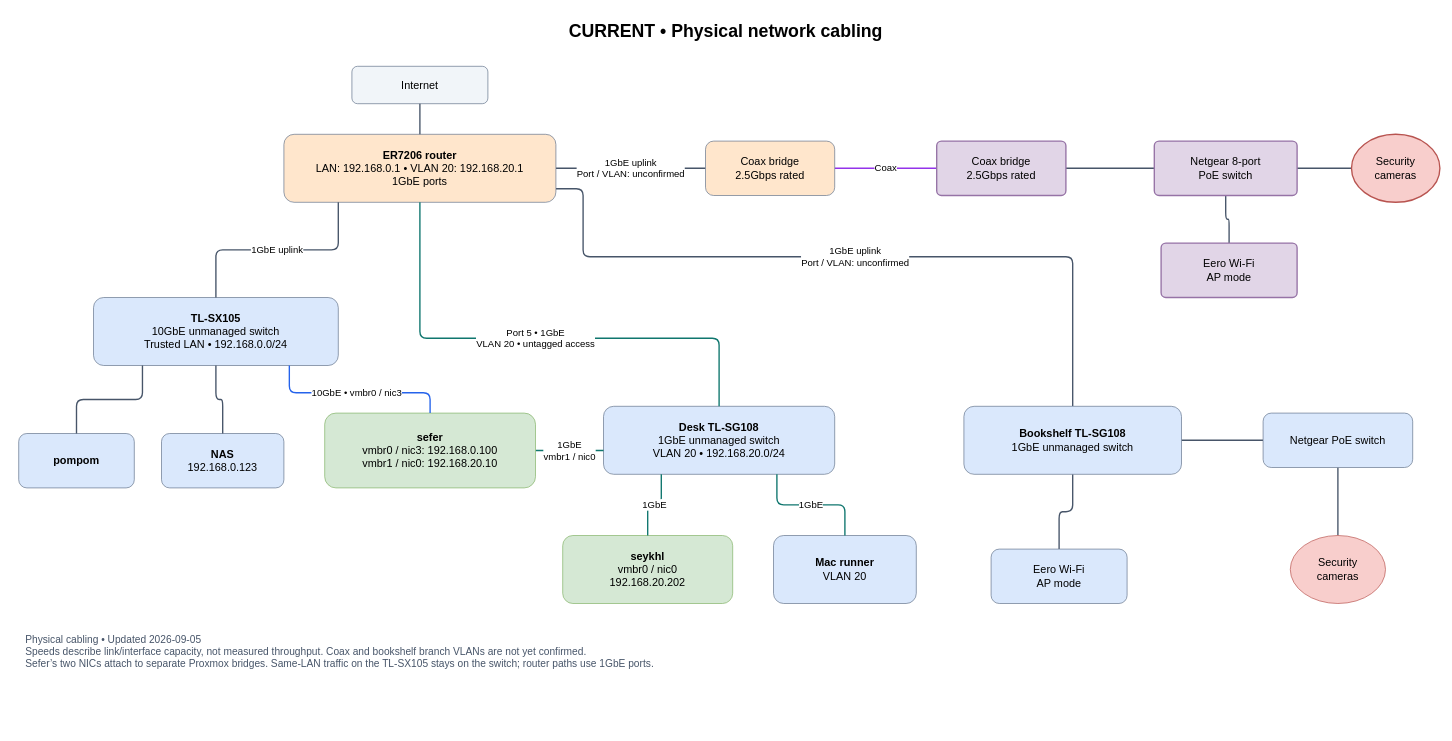
The draw.io diagram page "Copy of 1 - Current cabling" (2 of 4) of yesod-network.drawio in stephenVertex/proxmox-notes, before the edit. Source tidied: cells renumbered, new cells numbered last; positions are measured from the earlier drawing's top-left corner, leaving out a move shared by most shapes. Both pictures are drawn from the tidied source at 68%, with x=0, y=0 at pixel (12, 12).
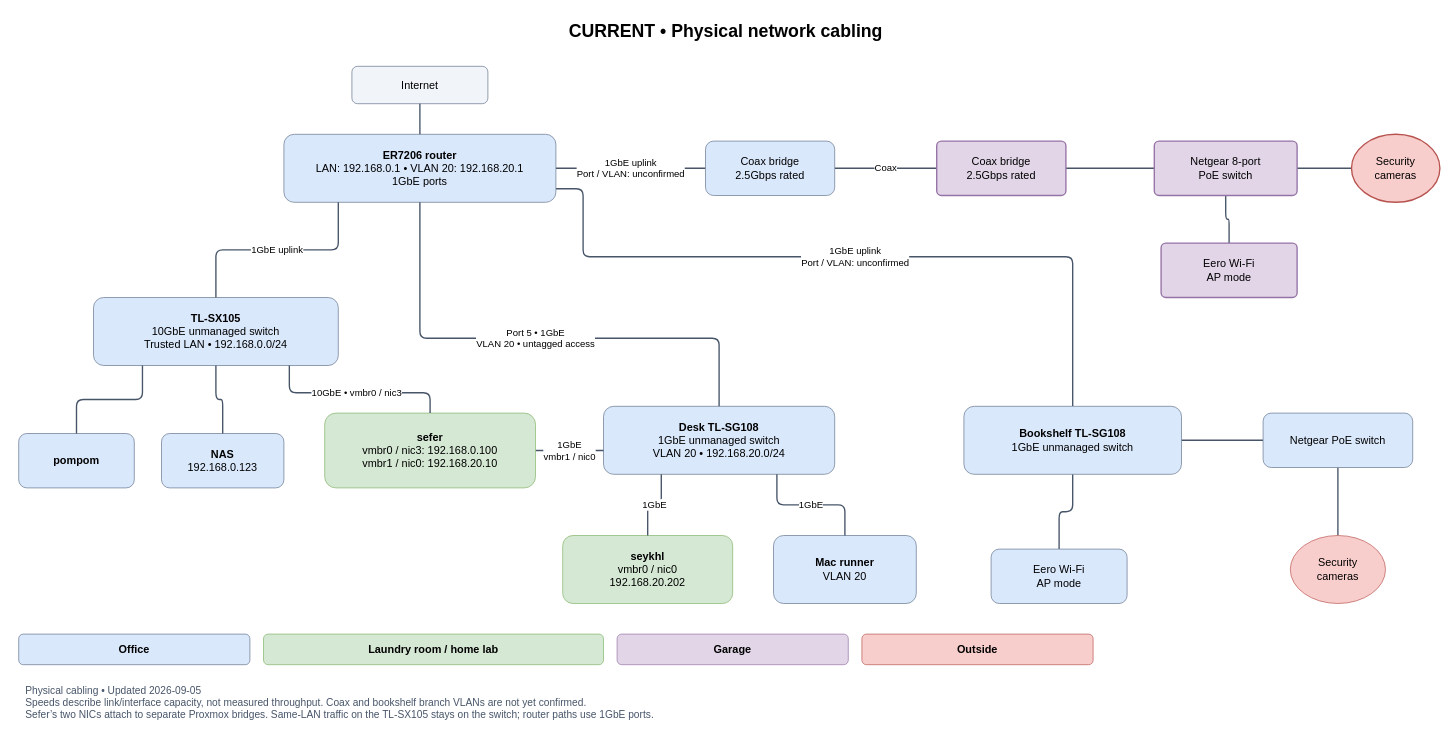
Above is the later version.

Commit message:
docs: use physical location colors in network diagram

Unchanged cells that the change refers to:
```xml
<mxCell id="7" value="&lt;b&gt;TL-SX105&lt;/b&gt;&lt;br&gt;10GbE unmanaged switch&lt;br&gt;Trusted LAN • 192.168.0.0/24" style="rounded=1;whiteSpace=wrap;html=1;fillColor=#dae8fc;strokeColor=#64748b;spacing=10;fontSize=16;" parent="1" vertex="1">
  <mxGeometry x="120" y="420" width="360" height="100" as="geometry" />
</mxCell>
<mxCell id="8" value="&lt;b&gt;Desk TL-SG108&lt;/b&gt;&lt;br&gt;1GbE unmanaged switch&lt;br&gt;VLAN 20 • 192.168.20.0/24" style="rounded=1;whiteSpace=wrap;html=1;fillColor=#dae8fc;strokeColor=#64748b;spacing=10;fontSize=16;" parent="1" vertex="1">
  <mxGeometry x="870" y="580" width="340" height="100" as="geometry" />
</mxCell>
<mxCell id="12" value="&lt;b&gt;sefer&lt;/b&gt;&lt;br&gt;vmbr0 / nic3: 192.168.0.100&lt;br&gt;vmbr1 / nic0: 192.168.20.10" style="rounded=1;whiteSpace=wrap;html=1;fillColor=#d5e8d4;strokeColor=#82b366;spacing=10;fontSize=16;" parent="1" vertex="1">
  <mxGeometry x="460" y="590" width="310" height="110" as="geometry" />
</mxCell>
<mxCell id="13" value="&lt;b&gt;seykhl&lt;/b&gt;&lt;br&gt;vmbr0 / nic0&lt;br&gt;192.168.20.202" style="rounded=1;whiteSpace=wrap;html=1;fillColor=#d5e8d4;strokeColor=#82b366;spacing=10;fontSize=16;" parent="1" vertex="1">
  <mxGeometry x="810" y="770" width="250" height="100" as="geometry" />
</mxCell>
<mxCell id="14" value="&lt;b&gt;Mac runner&lt;/b&gt;&lt;br&gt;VLAN 20" style="rounded=1;whiteSpace=wrap;html=1;fillColor=#dae8fc;strokeColor=#64748b;spacing=10;fontSize=16;" parent="1" vertex="1">
  <mxGeometry x="1120" y="770" width="210" height="100" as="geometry" />
</mxCell>
<mxCell id="33" value="Coax bridge&lt;br&gt;2.5Gbps rated" style="rounded=1;whiteSpace=wrap;html=1;absoluteArcSize=1;arcSize=14;strokeWidth=2;fillColor=#e1d5e7;strokeColor=#9673a6;fontSize=16;" parent="1" vertex="1">
  <mxGeometry x="1360" y="190" width="190" height="80" as="geometry" />
</mxCell>
```

The edit, as a diff of the source:
```diff
@@
-    <mxCell id="6" value="&lt;b&gt;ER7206 router&lt;/b&gt;&lt;br&gt;LAN: 192.168.0.1 • VLAN 20: 192.168.20.1&lt;br&gt;1GbE ports" style="rounded=1;whiteSpace=wrap;html=1;fillColor=#ffe6cc;strokeColor=#64748b;spacing=10;fontSize=16;" parent="1" vertex="1">
+    <mxCell id="6" value="&lt;b&gt;ER7206 router&lt;/b&gt;&lt;br&gt;LAN: 192.168.0.1 • VLAN 20: 192.168.20.1&lt;br&gt;1GbE ports" style="rounded=1;whiteSpace=wrap;html=1;fillColor=#dae8fc;strokeColor=#64748b;spacing=10;fontSize=16;" parent="1" vertex="1">
       <mxGeometry x="400" y="180" width="400" height="100" as="geometry" />
     </mxCell>
@@
-    <mxCell id="11" value="1GbE&lt;br&gt;vmbr1 / nic0" style="edgeStyle=orthogonalEdgeStyle;rounded=1;html=1;startArrow=none;endArrow=none;strokeWidth=2;strokeColor=#475569;fontSize=14;labelBackgroundColor=#ffffff;exitX=1;exitY=0.5;entryX=0;entryY=0.65;strokeColor=#0f766e;" parent="1" edge="1" source="12" target="8">
+    <mxCell id="11" value="1GbE&lt;br&gt;vmbr1 / nic0" style="edgeStyle=orthogonalEdgeStyle;rounded=1;html=1;startArrow=none;endArrow=none;strokeWidth=2;strokeColor=#475569;fontSize=14;labelBackgroundColor=#ffffff;exitX=1;exitY=0.5;entryX=0;entryY=0.65;strokeColor=#475569;" parent="1" edge="1" source="12" target="8">
       <mxGeometry relative="1" as="geometry" />
     </mxCell>
@@
-    <mxCell id="17" value="Port 5 • 1GbE&lt;br&gt;VLAN 20 • untagged access" style="edgeStyle=orthogonalEdgeStyle;rounded=1;html=1;startArrow=none;endArrow=none;strokeWidth=2;strokeColor=#475569;fontSize=14;labelBackgroundColor=#ffffff;exitX=0.5;exitY=1;entryX=0.5;entryY=0;strokeColor=#0f766e;" parent="1" edge="1" source="6" target="8">
+    <mxCell id="17" value="Port 5 • 1GbE&lt;br&gt;VLAN 20 • untagged access" style="edgeStyle=orthogonalEdgeStyle;rounded=1;html=1;startArrow=none;endArrow=none;strokeWidth=2;strokeColor=#475569;fontSize=14;labelBackgroundColor=#ffffff;exitX=0.5;exitY=1;entryX=0.5;entryY=0;strokeColor=#475569;" parent="1" edge="1" source="6" target="8">
       <mxGeometry relative="1" as="geometry">
         <Array as="points">
           <mxPoint x="600" y="480" />
           <mxPoint x="1040" y="480" />
         </Array>
       </mxGeometry>
     </mxCell>
@@
-    <mxCell id="20" value="10GbE • vmbr0 / nic3" style="edgeStyle=orthogonalEdgeStyle;rounded=1;html=1;startArrow=none;endArrow=none;strokeWidth=2;strokeColor=#475569;fontSize=14;labelBackgroundColor=#ffffff;exitX=0.8;exitY=1;entryX=0.5;entryY=0;strokeColor=#2563eb;" parent="1" edge="1" source="7" target="12">
+    <mxCell id="20" value="10GbE • vmbr0 / nic3" style="edgeStyle=orthogonalEdgeStyle;rounded=1;html=1;startArrow=none;endArrow=none;strokeWidth=2;strokeColor=#475569;fontSize=14;labelBackgroundColor=#ffffff;exitX=0.8;exitY=1;entryX=0.5;entryY=0;strokeColor=#475569;" parent="1" edge="1" source="7" target="12">
       <mxGeometry relative="1" as="geometry">
         <Array as="points">
           <mxPoint x="408" y="560" />
           <mxPoint x="615" y="560" />
         </Array>
       </mxGeometry>
     </mxCell>
-    <mxCell id="21" value="1GbE" style="edgeStyle=orthogonalEdgeStyle;rounded=1;html=1;startArrow=none;endArrow=none;strokeWidth=2;strokeColor=#475569;fontSize=14;labelBackgroundColor=#ffffff;exitX=0.25;exitY=1;entryX=0.5;entryY=0;strokeColor=#0f766e;" parent="1" edge="1" source="8" target="13">
+    <mxCell id="21" value="1GbE" style="edgeStyle=orthogonalEdgeStyle;rounded=1;html=1;startArrow=none;endArrow=none;strokeWidth=2;strokeColor=#475569;fontSize=14;labelBackgroundColor=#ffffff;exitX=0.25;exitY=1;entryX=0.5;entryY=0;strokeColor=#475569;" parent="1" edge="1" source="8" target="13">
       <mxGeometry relative="1" as="geometry" />
     </mxCell>
-    <mxCell id="22" value="1GbE" style="edgeStyle=orthogonalEdgeStyle;rounded=1;html=1;startArrow=none;endArrow=none;strokeWidth=2;strokeColor=#475569;fontSize=14;labelBackgroundColor=#ffffff;exitX=0.75;exitY=1;entryX=0.5;entryY=0;strokeColor=#0f766e;" parent="1" edge="1" source="8" target="14">
+    <mxCell id="22" value="1GbE" style="edgeStyle=orthogonalEdgeStyle;rounded=1;html=1;startArrow=none;endArrow=none;strokeWidth=2;strokeColor=#475569;fontSize=14;labelBackgroundColor=#ffffff;exitX=0.75;exitY=1;entryX=0.5;entryY=0;strokeColor=#475569;" parent="1" edge="1" source="8" target="14">
       <mxGeometry relative="1" as="geometry" />
     </mxCell>
@@
-    <mxCell id="30" value="Coax" style="edgeStyle=orthogonalEdgeStyle;rounded=1;html=1;startArrow=none;endArrow=none;strokeWidth=2;strokeColor=#475569;fontSize=14;labelBackgroundColor=#ffffff;exitX=1;exitY=0.5;entryX=0;entryY=0.5;strokeColor=#9333ea;" parent="1" edge="1" source="31" target="33">
+    <mxCell id="30" value="Coax" style="edgeStyle=orthogonalEdgeStyle;rounded=1;html=1;startArrow=none;endArrow=none;strokeWidth=2;strokeColor=#475569;fontSize=14;labelBackgroundColor=#ffffff;exitX=1;exitY=0.5;entryX=0;entryY=0.5;strokeColor=#475569;" parent="1" edge="1" source="31" target="33">
       <mxGeometry relative="1" as="geometry" />
     </mxCell>
-    <mxCell id="31" value="Coax bridge&lt;br&gt;2.5Gbps rated" style="whiteSpace=wrap;html=1;fillColor=#ffe6cc;strokeColor=#64748b;rounded=1;spacing=10;fontSize=16;" parent="1" vertex="1">
+    <mxCell id="31" value="Coax bridge&lt;br&gt;2.5Gbps rated" style="whiteSpace=wrap;html=1;fillColor=#dae8fc;strokeColor=#64748b;rounded=1;spacing=10;fontSize=16;" parent="1" vertex="1">
       <mxGeometry x="1020" y="190" width="190" height="80" as="geometry" />
     </mxCell>
@@
     <mxCell id="39" value="Physical cabling • Updated 2026-09-05&lt;br&gt;Speeds describe link/interface capacity, not measured throughput. Coax and bookshelf branch VLANs are not yet confirmed.&lt;br&gt;Sefer’s two NICs attach to separate Proxmox bridges. Same-LAN traffic on the TL-SX105 stays on the switch; router paths use 1GbE ports." style="text;html=1;whiteSpace=wrap;align=left;verticalAlign=middle;fontSize=15;fontColor=#475569;spacing=10;" parent="1" vertex="1">
-      <mxGeometry x="10" y="900" width="2070" height="80" as="geometry" />
+      <mxGeometry x="10" y="975" width="2070" height="80" as="geometry" />
     </mxCell>
+    <mxCell id="40" value="Office" style="rounded=1;whiteSpace=wrap;html=1;fontSize=16;fontStyle=1;fillColor=#dae8fc;strokeColor=#64748b;" parent="1" vertex="1">
+      <mxGeometry x="10" y="915" width="340" height="45" as="geometry" />
+    </mxCell>
+    <mxCell id="41" value="Laundry room / home lab" style="rounded=1;whiteSpace=wrap;html=1;fontSize=16;fontStyle=1;fillColor=#d5e8d4;strokeColor=#82b366;" parent="1" vertex="1">
+      <mxGeometry x="370" y="915" width="500" height="45" as="geometry" />
+    </mxCell>
+    <mxCell id="42" value="Garage" style="rounded=1;whiteSpace=wrap;html=1;fontSize=16;fontStyle=1;fillColor=#e1d5e7;strokeColor=#9673a6;" parent="1" vertex="1">
+      <mxGeometry x="890" y="915" width="340" height="45" as="geometry" />
+    </mxCell>
+    <mxCell id="43" value="Outside" style="rounded=1;whiteSpace=wrap;html=1;fontSize=16;fontStyle=1;fillColor=#f8cecc;strokeColor=#b85450;" parent="1" vertex="1">
+      <mxGeometry x="1250" y="915" width="340" height="45" as="geometry" />
+    </mxCell>
```
